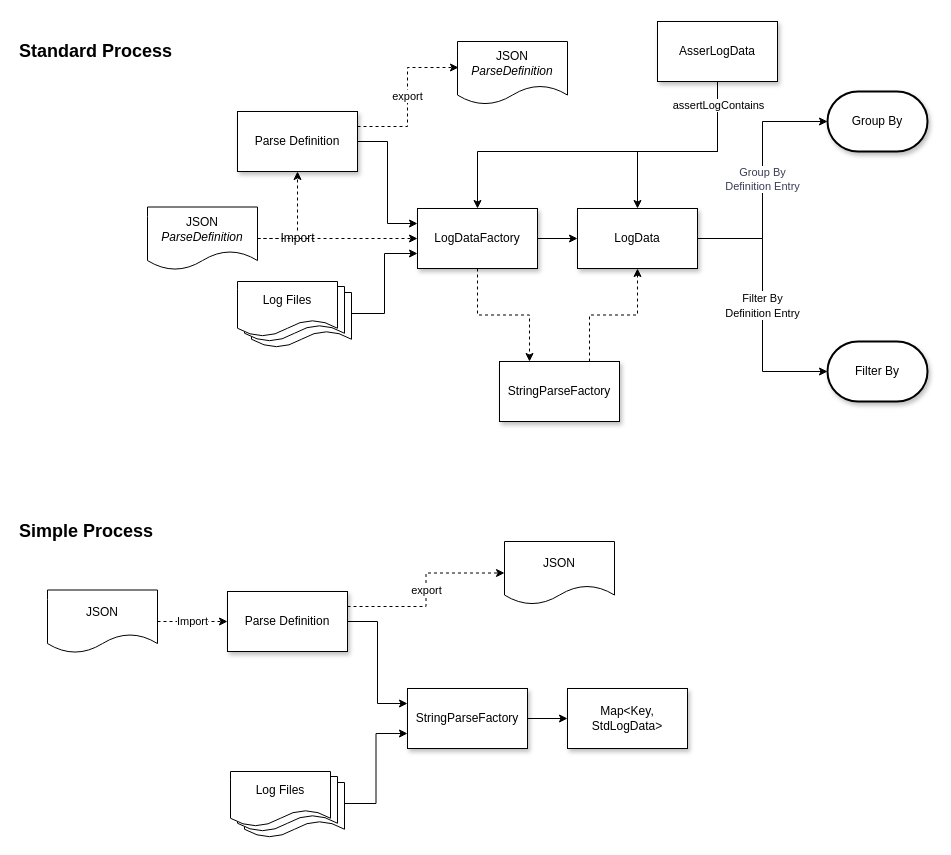
The draw.io diagram page "Processes" (2 of 3) of diagrams/Log_Parser.drawio in adobe/log-parser, before the edit. Source tidied: cells renumbered, new cells numbered last; positions are measured from the earlier drawing's top-left corner, leaving out a move shared by most shapes. Both pictures are drawn from the tidied source at 100%, with x=0, y=0 at pixel (17, 21).
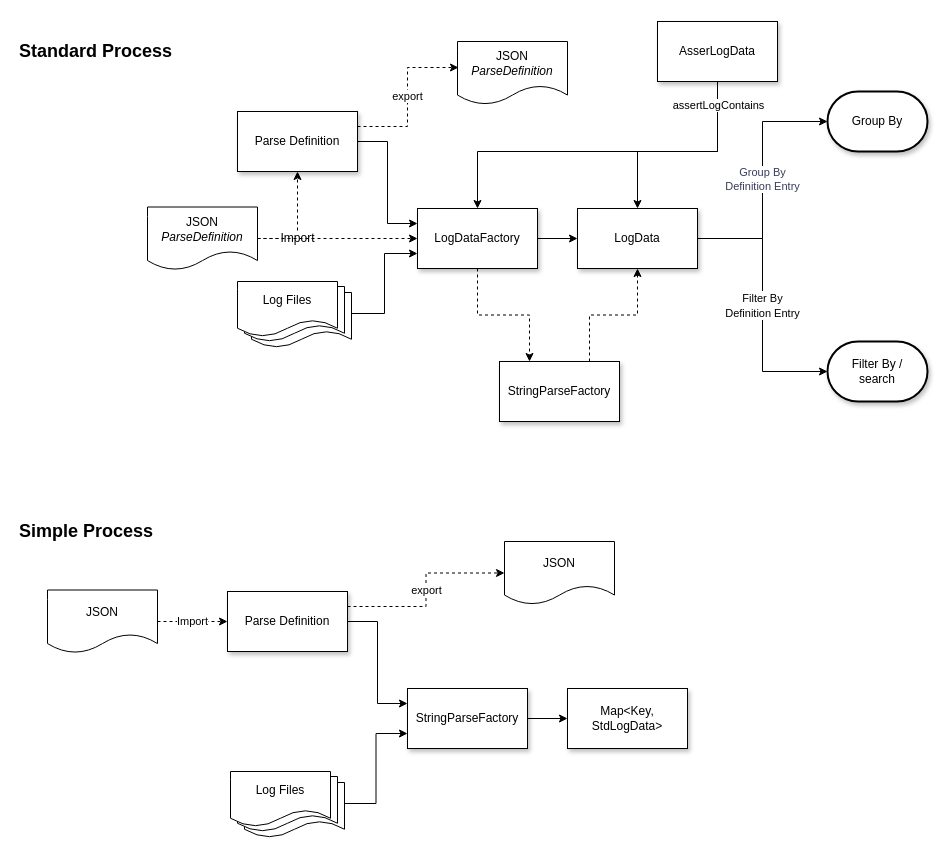
The same diagram, later.

The edit, as a diff of the source:
```diff
@@
-    <mxCell id="38" value="Filter By" style="strokeWidth=2;html=1;shape=mxgraph.flowchart.terminator;whiteSpace=wrap;shadow=1;labelBackgroundColor=#FFFFFF;" parent="1" vertex="1">
+    <mxCell id="38" value="Filter By /&lt;br&gt;search" style="strokeWidth=2;html=1;shape=mxgraph.flowchart.terminator;whiteSpace=wrap;shadow=1;labelBackgroundColor=#FFFFFF;" parent="1" vertex="1">
       <mxGeometry x="810" y="320" width="100" height="60" as="geometry" />
     </mxCell>
```
